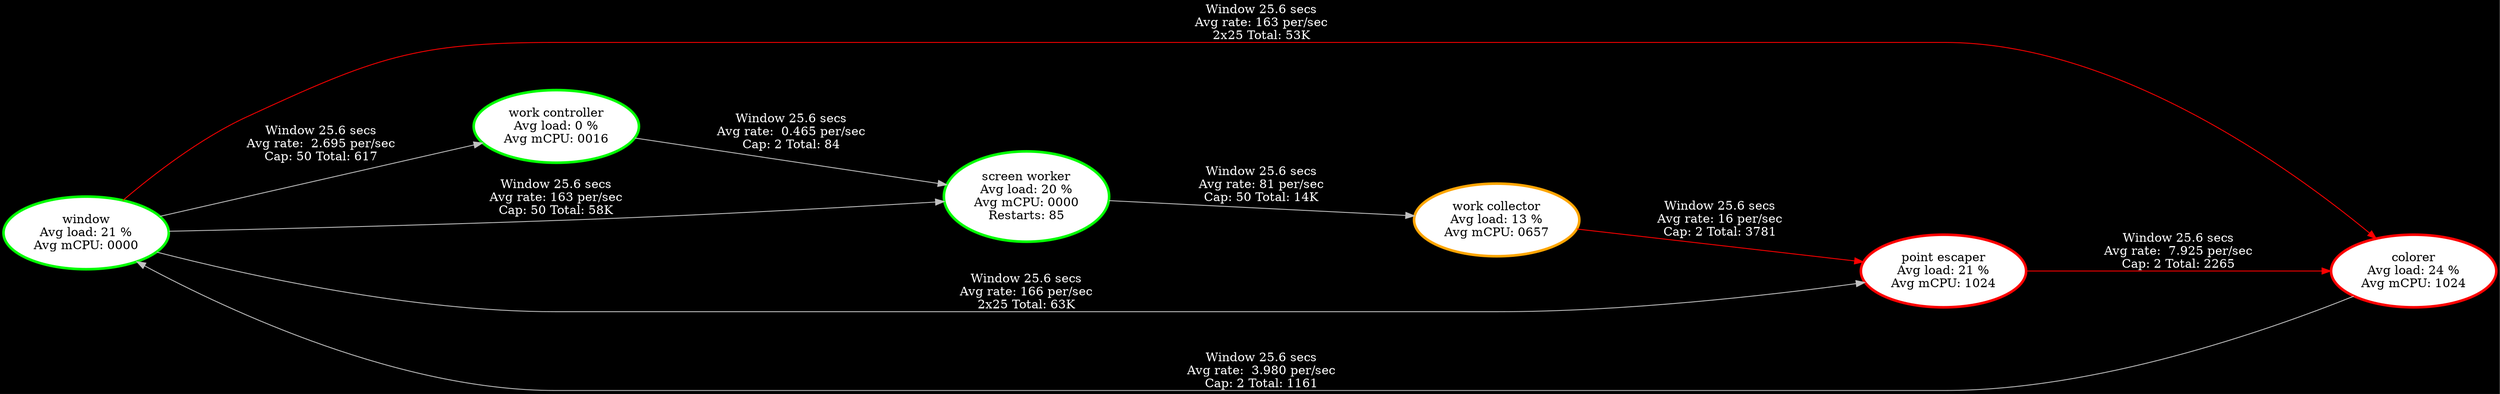
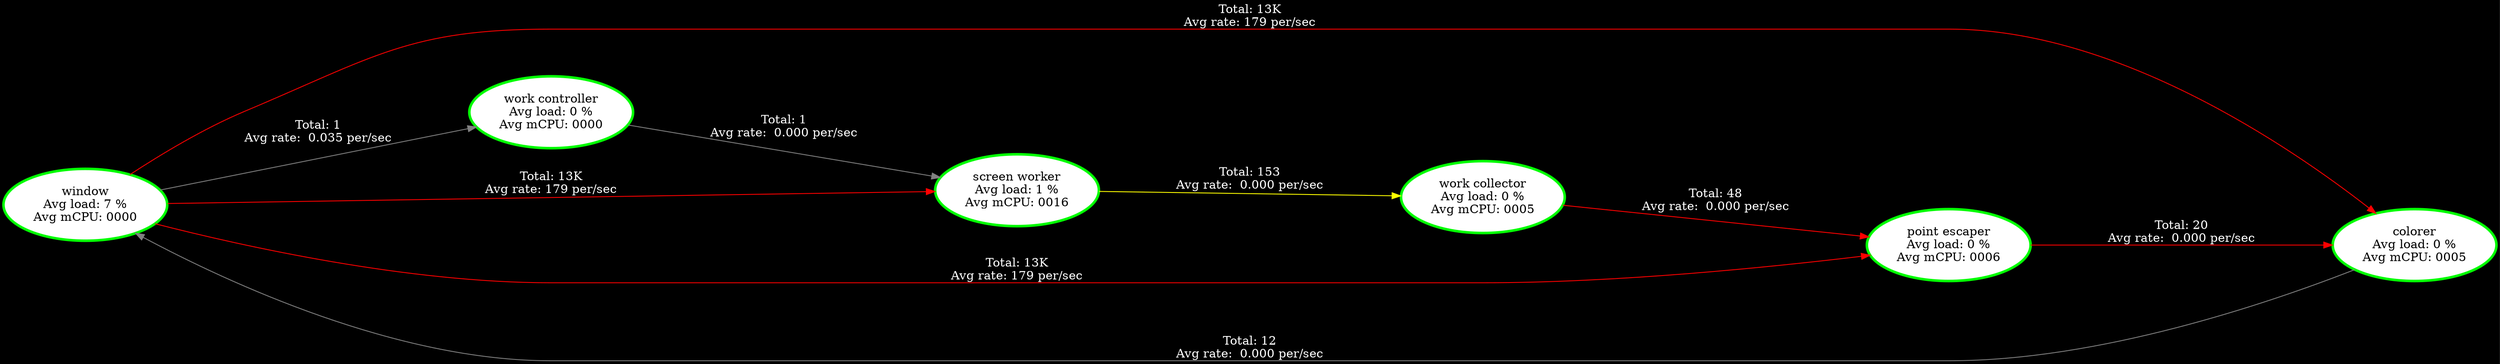
digraph G {
rankdir=LR;
graph [nodesep=.5, ranksep=2.5];
node [margin=0.1];
node [style=filled, fillcolor=white, fontcolor=black];
edge [color=white, fontcolor=white];
graph [bgcolor=black];
"window" [label="window
- Avg load: 21 %
+ Avg load: 7 %
Avg mCPU: 0000
- ", tooltip="window\n\nThreadId(12) Core:4\nWindow 12.8 secs\n--- Stats ---\nAvg load: 21 %\nAvg mCPU: 0000 \n", color="green", penwidth=3 ];
+ ", tooltip="window\n\nThreadId(15) Core:4\nWindow 12.8 secs\n--- Stats ---\nAvg load: 7 %\nAvg mCPU: 0000 \n", color="green", penwidth=3 ];
"colorer" [label="colorer
- Avg load: 24 %
- Avg mCPU: 1024
- ", tooltip="colorer\n\nThreadId(14) Core:1\nWindow 12.8 secs\n--- Stats ---\nAvg load: 24 %\nAvg mCPU: 1024 \n", color="red", penwidth=3 ];
+ Avg load: 0 %
+ Avg mCPU: 0005
+ ", tooltip="colorer\n\nThreadId(16) Core:5\nWindow 12.8 secs\n--- Stats ---\nAvg load: 0 %\nAvg mCPU: 0005 \n", color="green", penwidth=3 ];
"work controller" [label="work controller
Avg load: 0 %
+ Avg mCPU: 0000
+ ", tooltip="work controller\n\nThreadId(17) Core:6\nWindow 12.8 secs\n--- Stats ---\nAvg load: 0 %\nAvg mCPU: 0000 \n", color="green", penwidth=3 ];
+ "screen worker" [label="screen worker
+ Avg load: 1 %
Avg mCPU: 0016
- ", tooltip="work controller\n\nThreadId(15) Core:2\nWindow 12.8 secs\n--- Stats ---\nAvg load: 0 %\nAvg mCPU: 0016 \n", color="green", penwidth=3 ];
- "screen worker" [label="screen worker
- Avg load: 20 %
- Avg mCPU: 0000
- Restarts: 85", tooltip="screen worker\n\nThreadId(16) Core:3\nWindow 12.8 secs\n--- Stats ---\nAvg load: 20 %\nAvg mCPU: 0000 \n", color="green", penwidth=3 ];
+ ", tooltip="screen worker\n\nThreadId(18) Core:1\nWindow 12.8 secs\n--- Stats ---\nAvg load: 1 %\nAvg mCPU: 0016 \n", color="green", penwidth=3 ];
"work collector" [label="work collector
- Avg load: 13 %
- Avg mCPU: 0657
- ", tooltip="work collector\n\nThreadId(17) Core:4\nWindow 12.8 secs\n--- Stats ---\nAvg load: 13 %\nAvg mCPU: 0657 \n", color="orange", penwidth=3 ];
+ Avg load: 0 %
+ Avg mCPU: 0005
+ ", tooltip="work collector\n\nThreadId(19) Core:2\nWindow 12.8 secs\n--- Stats ---\nAvg load: 0 %\nAvg mCPU: 0005 \n", color="green", penwidth=3 ];
"point escaper" [label="point escaper
- Avg load: 21 %
- Avg mCPU: 1024
- ", tooltip="point escaper\n\nThreadId(18) Core:1\nWindow 12.8 secs\n--- Stats ---\nAvg load: 21 %\nAvg mCPU: 1024 \n", color="red", penwidth=3 ];
- "colorer" -> "window" [label="Window 25.6 secs
- Avg rate:  3.980 per/sec
- Cap: 2 Total: 1161
- ", tooltip="CH#3: Data | Cap: 2 | Vol: 1 (Total: 1161) | Sat: 50% | Color: grey\n", color="grey", penwidth=1];
- "point escaper" -> "colorer" [label="Window 25.6 secs
- Avg rate:  7.925 per/sec
- Cap: 2 Total: 2265
- ", tooltip="CH#9: Data | Cap: 2 | Vol: 2 (Total: 2265) | Sat: 100% | Color: red\n", color="red", penwidth=1];
- "screen worker" -> "work collector" [label="Window 25.6 secs
- Avg rate: 81 per/sec
- Cap: 50 Total: 14K
- ", tooltip="CH#14: Data | Cap: 50 | Vol: 0 (Total: 14K) | Sat: 32% | Color: grey\n", color="grey", penwidth=1];
- "window" -> "colorer" [label="Window 25.6 secs
- Avg rate: 163 per/sec
- 2x25 Total: 53K
- ", tooltip="CH#1: Data | Cap: 50 | Vol: 50 (Total: 53K) | Sat: 94% | Color: red\n", color="red", penwidth=1];
- "window" -> "point escaper" [label="Window 25.6 secs
- Avg rate: 166 per/sec
- 2x25 Total: 63K
- ", tooltip="CH#2: Data | Cap: 50 | Vol: 36 (Total: 63K) | Sat: 86% | Color: grey\n", color="grey", penwidth=1];
- "window" -> "screen worker" [label="Window 25.6 secs
- Avg rate: 163 per/sec
- Cap: 50 Total: 58K
- ", tooltip="CH#5: Data | Cap: 50 | Vol: 15 (Total: 58K) | Sat: 70% | Color: grey\n", color="grey", penwidth=1];
- "window" -> "work controller" [label="Window 25.6 secs
- Avg rate:  2.695 per/sec
- Cap: 50 Total: 617
- ", tooltip="CH#4: Data | Cap: 50 | Vol: 0 (Total: 617) | Sat: 0% | Color: grey\n", color="grey", penwidth=1];
- "work collector" -> "point escaper" [label="Window 25.6 secs
- Avg rate: 16 per/sec
- Cap: 2 Total: 3781
- ", tooltip="CH#15: Data | Cap: 2 | Vol: 2 (Total: 3781) | Sat: 100% | Color: red\n", color="red", penwidth=1];
- "work controller" -> "screen worker" [label="Window 25.6 secs
- Avg rate:  0.465 per/sec
- Cap: 2 Total: 84
- ", tooltip="CH#13: Data | Cap: 2 | Vol: 0 (Total: 84) | Sat: 0% | Color: grey\n", color="grey", penwidth=1];
+ Avg load: 0 %
+ Avg mCPU: 0006
+ ", tooltip="point escaper\n\nThreadId(20) Core:3\nWindow 12.8 secs\n--- Stats ---\nAvg load: 0 %\nAvg mCPU: 0006 \n", color="green", penwidth=3 ];
+ "colorer" -> "window" [label="Total: 12
+ Avg rate:  0.000 per/sec
+ ", tooltip="Window: 25.6 secs\nCH#3: Data\n Capacity: 2\n Volume: 1 (Total: 12)\n Saturation: 0%\n", color="#808080", penwidth=1];
+ "point escaper" -> "colorer" [label="Total: 20
+ Avg rate:  0.000 per/sec
+ ", tooltip="Window: 25.6 secs\nCH#9: Data\n Capacity: 2\n Volume: 2 (Total: 20)\n Saturation: 100%\n", color="#FF0000", penwidth=1];
+ "screen worker" -> "work collector" [label="Total: 153
+ Avg rate:  0.000 per/sec
+ ", tooltip="Window: 25.6 secs\nCH#17: Data\n Capacity: 50\n Volume: 48 (Total: 153)\n Saturation: 28%\n", color="#FFFF00", penwidth=1];
+ "window" -> "colorer" [label="Total: 13K
+ Avg rate: 179 per/sec
+ ", tooltip="Window: 25.6 secs\nCH#1: Data\n Capacity: 50\n Volume: 50 (Total: 13K)\n Saturation: 84%\n", color="#FF0000", penwidth=1];
+ "window" -> "point escaper" [label="Total: 13K
+ Avg rate: 179 per/sec
+ ", tooltip="Window: 25.6 secs\nCH#2: Data\n Capacity: 50\n Volume: 65 (Total: 13K)\n Saturation: 0%\n", color="#FF0000", penwidth=1];
+ "window" -> "screen worker" [label="Total: 13K
+ Avg rate: 179 per/sec
+ ", tooltip="Window: 25.6 secs\nCH#5: Data\n Capacity: 50\n Volume: 47 (Total: 13K)\n Saturation: 0%\n", color="#FF0000", penwidth=1];
+ "window" -> "work controller" [label="Total: 1
+ Avg rate:  0.035 per/sec
+ ", tooltip="Window: 25.6 secs\nCH#4: Data\n Capacity: 50\n Volume: 0 (Total: 1)\n Saturation: 0%\n", color="#808080", penwidth=1];
+ "work collector" -> "point escaper" [label="Total: 48
+ Avg rate:  0.000 per/sec
+ ", tooltip="Window: 25.6 secs\nCH#18: Data\n Capacity: 2\n Volume: 2 (Total: 48)\n Saturation: 100%\n", color="#FF0000", penwidth=1];
+ "work controller" -> "screen worker" [label="Total: 1
+ Avg rate:  0.000 per/sec
+ ", tooltip="Window: 25.6 secs\nCH#13: Data\n Capacity: 2\n Volume: 0 (Total: 1)\n Saturation: 0%\n", color="#808080", penwidth=1];
}
